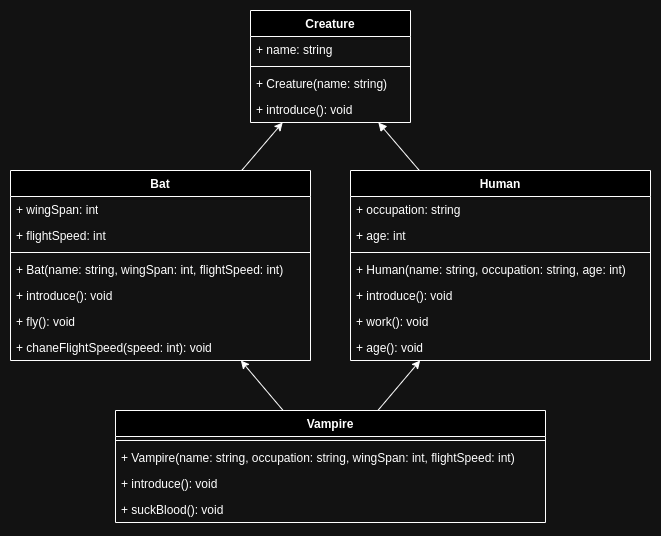
Earlier version of the draw.io export assets/vampire2.png (Kajkitsu/po). Source tidied: cells renumbered, new cells last; positions are measured from the earlier drawing's top-left corner, leaving out a move shared by most shapes. Source of this version:
```xml
<mxGraphModel>
  <root>
    <mxCell id="0" />
    <mxCell id="1" parent="0" />
    <mxCell id="2" value="Creature" style="swimlane;fontStyle=1;align=center;verticalAlign=top;horizontal=1;startSize=26;whiteSpace=wrap;html=1;" parent="1" vertex="1">
      <mxGeometry x="240" width="160" height="112" as="geometry" />
    </mxCell>
    <mxCell id="3" value="+ name: string" style="text;strokeColor=none;fillColor=none;align=left;verticalAlign=top;spacingLeft=4;spacingRight=4;overflow=hidden;whiteSpace=wrap;html=1;" parent="2" vertex="1">
      <mxGeometry y="26" width="160" height="26" as="geometry" />
    </mxCell>
    <mxCell id="4" style="line;strokeWidth=1;fillColor=none;align=left;verticalAlign=middle;spacingTop=-1;spacingLeft=3;spacingRight=3;labelPosition=right;strokeColor=inherit;" parent="2" vertex="1">
      <mxGeometry y="52" width="160" height="8" as="geometry" />
    </mxCell>
    <mxCell id="5" value="+ Creature(name: string)" style="text;strokeColor=none;fillColor=none;align=left;verticalAlign=top;spacingLeft=4;spacingRight=4;overflow=hidden;whiteSpace=wrap;html=1;" parent="2" vertex="1">
      <mxGeometry y="60" width="160" height="26" as="geometry" />
    </mxCell>
    <mxCell id="6" value="+ introduce(): void" style="text;strokeColor=none;fillColor=none;align=left;verticalAlign=top;spacingLeft=4;spacingRight=4;overflow=hidden;whiteSpace=wrap;html=1;" parent="2" vertex="1">
      <mxGeometry y="86" width="160" height="26" as="geometry" />
    </mxCell>
    <mxCell id="7" style="rounded=0;jettySize=auto;html=1;endArrow=block;endFill=1;" parent="1" edge="1" source="8" target="2">
      <mxGeometry relative="1" as="geometry" />
    </mxCell>
    <mxCell id="8" value="Human" style="swimlane;fontStyle=1;align=center;verticalAlign=top;horizontal=1;startSize=26;whiteSpace=wrap;html=1;" parent="1" vertex="1">
      <mxGeometry x="340" y="160" width="300" height="190" as="geometry" />
    </mxCell>
    <mxCell id="9" value="+ occupation: string" style="text;strokeColor=none;fillColor=none;align=left;verticalAlign=top;spacingLeft=4;spacingRight=4;overflow=hidden;whiteSpace=wrap;html=1;" parent="8" vertex="1">
      <mxGeometry y="26" width="300" height="26" as="geometry" />
    </mxCell>
    <mxCell id="10" value="+ age: int" style="text;strokeColor=none;fillColor=none;align=left;verticalAlign=top;spacingLeft=4;spacingRight=4;overflow=hidden;whiteSpace=wrap;html=1;" parent="8" vertex="1">
      <mxGeometry y="52" width="300" height="26" as="geometry" />
    </mxCell>
    <mxCell id="11" style="line;strokeWidth=1;fillColor=none;align=left;verticalAlign=middle;spacingTop=-1;spacingLeft=3;spacingRight=3;labelPosition=right;strokeColor=inherit;" parent="8" vertex="1">
      <mxGeometry y="78" width="300" height="8" as="geometry" />
    </mxCell>
    <mxCell id="12" value="+ Human(name: string, occupation: string, age: int)" style="text;strokeColor=none;fillColor=none;align=left;verticalAlign=top;spacingLeft=4;spacingRight=4;overflow=hidden;whiteSpace=wrap;html=1;" parent="8" vertex="1">
      <mxGeometry y="86" width="300" height="26" as="geometry" />
    </mxCell>
    <mxCell id="13" value="+ introduce(): void" style="text;strokeColor=none;fillColor=none;align=left;verticalAlign=top;spacingLeft=4;spacingRight=4;overflow=hidden;whiteSpace=wrap;html=1;" parent="8" vertex="1">
      <mxGeometry y="112" width="300" height="26" as="geometry" />
    </mxCell>
    <mxCell id="14" value="+ work(): void" style="text;strokeColor=none;fillColor=none;align=left;verticalAlign=top;spacingLeft=4;spacingRight=4;overflow=hidden;whiteSpace=wrap;html=1;" parent="8" vertex="1">
      <mxGeometry y="138" width="300" height="26" as="geometry" />
    </mxCell>
    <mxCell id="15" value="+ age(): void" style="text;strokeColor=none;fillColor=none;align=left;verticalAlign=top;spacingLeft=4;spacingRight=4;overflow=hidden;whiteSpace=wrap;html=1;" parent="8" vertex="1">
      <mxGeometry y="164" width="300" height="26" as="geometry" />
    </mxCell>
    <mxCell id="16" style="rounded=0;jettySize=auto;html=1;" parent="1" edge="1" source="17" target="2">
      <mxGeometry relative="1" as="geometry" />
    </mxCell>
    <mxCell id="17" value="Bat" style="swimlane;fontStyle=1;align=center;verticalAlign=top;horizontal=1;startSize=26;whiteSpace=wrap;html=1;" parent="1" vertex="1">
      <mxGeometry y="160" width="300" height="190" as="geometry" />
    </mxCell>
    <mxCell id="18" value="+ wingSpan: int" style="text;strokeColor=none;fillColor=none;align=left;verticalAlign=top;spacingLeft=4;spacingRight=4;overflow=hidden;whiteSpace=wrap;html=1;" parent="17" vertex="1">
      <mxGeometry y="26" width="300" height="26" as="geometry" />
    </mxCell>
    <mxCell id="19" value="+ flightSpeed: int" style="text;strokeColor=none;fillColor=none;align=left;verticalAlign=top;spacingLeft=4;spacingRight=4;overflow=hidden;whiteSpace=wrap;html=1;" parent="17" vertex="1">
      <mxGeometry y="52" width="300" height="26" as="geometry" />
    </mxCell>
    <mxCell id="20" style="line;strokeWidth=1;fillColor=none;align=left;verticalAlign=middle;spacingTop=-1;spacingLeft=3;spacingRight=3;labelPosition=right;strokeColor=inherit;" parent="17" vertex="1">
      <mxGeometry y="78" width="300" height="8" as="geometry" />
    </mxCell>
    <mxCell id="21" value="+ Bat(name: string, wingSpan: int, flightSpeed: int)" style="text;strokeColor=none;fillColor=none;align=left;verticalAlign=top;spacingLeft=4;spacingRight=4;overflow=hidden;whiteSpace=wrap;html=1;" parent="17" vertex="1">
      <mxGeometry y="86" width="300" height="26" as="geometry" />
    </mxCell>
    <mxCell id="22" value="+ introduce(): void" style="text;strokeColor=none;fillColor=none;align=left;verticalAlign=top;spacingLeft=4;spacingRight=4;overflow=hidden;whiteSpace=wrap;html=1;" parent="17" vertex="1">
      <mxGeometry y="112" width="300" height="26" as="geometry" />
    </mxCell>
    <mxCell id="23" value="+ fly(): void" style="text;strokeColor=none;fillColor=none;align=left;verticalAlign=top;spacingLeft=4;spacingRight=4;overflow=hidden;whiteSpace=wrap;html=1;" parent="17" vertex="1">
      <mxGeometry y="138" width="300" height="26" as="geometry" />
    </mxCell>
    <mxCell id="24" value="+ chaneFlightSpeed(speed: int): void" style="text;strokeColor=none;fillColor=none;align=left;verticalAlign=top;spacingLeft=4;spacingRight=4;overflow=hidden;whiteSpace=wrap;html=1;" parent="17" vertex="1">
      <mxGeometry y="164" width="300" height="26" as="geometry" />
    </mxCell>
    <mxCell id="25" style="rounded=0;jettySize=auto;html=1;" parent="1" edge="1" source="27" target="8">
      <mxGeometry relative="1" as="geometry" />
    </mxCell>
    <mxCell id="26" style="rounded=0;jettySize=auto;html=1;" parent="1" edge="1" source="27" target="17">
      <mxGeometry relative="1" as="geometry" />
    </mxCell>
    <mxCell id="27" value="Vampire" style="swimlane;fontStyle=1;align=center;verticalAlign=top;horizontal=1;startSize=26;whiteSpace=wrap;html=1;" parent="1" vertex="1">
      <mxGeometry x="105" y="400" width="430" height="112" as="geometry" />
    </mxCell>
    <mxCell id="28" style="line;strokeWidth=1;fillColor=none;align=left;verticalAlign=middle;spacingTop=-1;spacingLeft=3;spacingRight=3;labelPosition=right;strokeColor=inherit;" parent="27" vertex="1">
      <mxGeometry y="26" width="430" height="8" as="geometry" />
    </mxCell>
    <mxCell id="29" value="+&amp;nbsp;Vampire(name: string, occupation: string, wingSpan: int, flightSpeed: int)" style="text;strokeColor=none;fillColor=none;align=left;verticalAlign=top;spacingLeft=4;spacingRight=4;overflow=hidden;whiteSpace=wrap;html=1;" parent="27" vertex="1">
      <mxGeometry y="34" width="430" height="26" as="geometry" />
    </mxCell>
    <mxCell id="30" value="+ introduce(): void" style="text;strokeColor=none;fillColor=none;align=left;verticalAlign=top;spacingLeft=4;spacingRight=4;overflow=hidden;whiteSpace=wrap;html=1;" parent="27" vertex="1">
      <mxGeometry y="60" width="430" height="26" as="geometry" />
    </mxCell>
    <mxCell id="31" value="+ suckBlood(): void" style="text;strokeColor=none;fillColor=none;align=left;verticalAlign=top;spacingLeft=4;spacingRight=4;overflow=hidden;whiteSpace=wrap;html=1;" parent="27" vertex="1">
      <mxGeometry y="86" width="430" height="26" as="geometry" />
    </mxCell>
  </root>
</mxGraphModel>
```
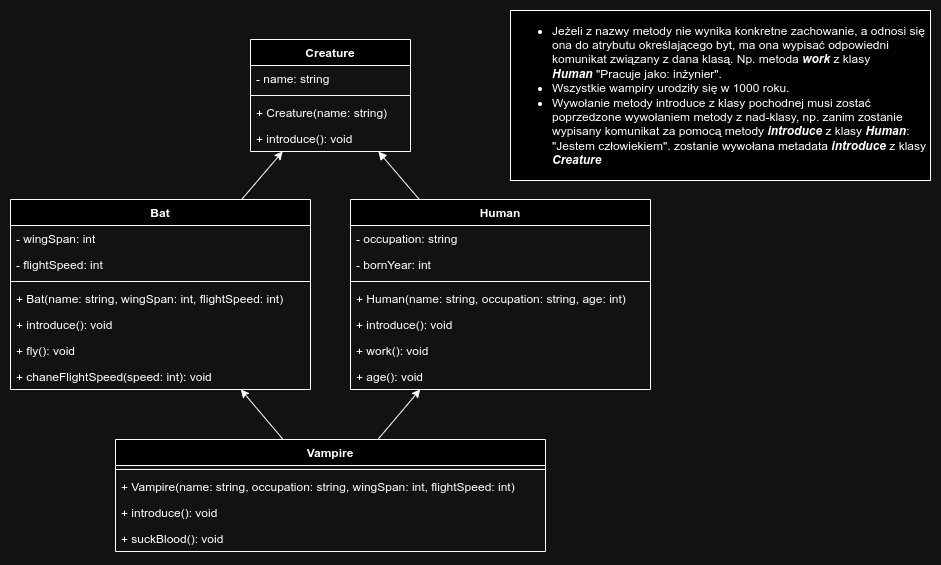
After the commit.

What changed in the source:
```diff
@@ -5,7 +5,7 @@
     <mxCell id="2" value="Creature" style="swimlane;fontStyle=1;align=center;verticalAlign=top;horizontal=1;startSize=26;whiteSpace=wrap;html=1;" parent="1" vertex="1">
       <mxGeometry x="240" width="160" height="112" as="geometry" />
     </mxCell>
-    <mxCell id="3" value="+ name: string" style="text;strokeColor=none;fillColor=none;align=left;verticalAlign=top;spacingLeft=4;spacingRight=4;overflow=hidden;whiteSpace=wrap;html=1;" parent="2" vertex="1">
+    <mxCell id="3" value="- name: string" style="text;strokeColor=none;fillColor=none;align=left;verticalAlign=top;spacingLeft=4;spacingRight=4;overflow=hidden;whiteSpace=wrap;html=1;" parent="2" vertex="1">
       <mxGeometry y="26" width="160" height="26" as="geometry" />
     </mxCell>
     <mxCell id="4" style="line;strokeWidth=1;fillColor=none;align=left;verticalAlign=middle;spacingTop=-1;spacingLeft=3;spacingRight=3;labelPosition=right;strokeColor=inherit;" parent="2" vertex="1">
@@ -23,10 +23,10 @@
     <mxCell id="8" value="Human" style="swimlane;fontStyle=1;align=center;verticalAlign=top;horizontal=1;startSize=26;whiteSpace=wrap;html=1;" parent="1" vertex="1">
       <mxGeometry x="340" y="160" width="300" height="190" as="geometry" />
     </mxCell>
-    <mxCell id="9" value="+ occupation: string" style="text;strokeColor=none;fillColor=none;align=left;verticalAlign=top;spacingLeft=4;spacingRight=4;overflow=hidden;whiteSpace=wrap;html=1;" parent="8" vertex="1">
+    <mxCell id="9" value="- occupation: string" style="text;strokeColor=none;fillColor=none;align=left;verticalAlign=top;spacingLeft=4;spacingRight=4;overflow=hidden;whiteSpace=wrap;html=1;" parent="8" vertex="1">
       <mxGeometry y="26" width="300" height="26" as="geometry" />
     </mxCell>
-    <mxCell id="10" value="+ age: int" style="text;strokeColor=none;fillColor=none;align=left;verticalAlign=top;spacingLeft=4;spacingRight=4;overflow=hidden;whiteSpace=wrap;html=1;" parent="8" vertex="1">
+    <mxCell id="10" value="- bornYear: int" style="text;strokeColor=none;fillColor=none;align=left;verticalAlign=top;spacingLeft=4;spacingRight=4;overflow=hidden;whiteSpace=wrap;html=1;" parent="8" vertex="1">
       <mxGeometry y="52" width="300" height="26" as="geometry" />
     </mxCell>
     <mxCell id="11" style="line;strokeWidth=1;fillColor=none;align=left;verticalAlign=middle;spacingTop=-1;spacingLeft=3;spacingRight=3;labelPosition=right;strokeColor=inherit;" parent="8" vertex="1">
@@ -50,10 +50,10 @@
     <mxCell id="17" value="Bat" style="swimlane;fontStyle=1;align=center;verticalAlign=top;horizontal=1;startSize=26;whiteSpace=wrap;html=1;" parent="1" vertex="1">
       <mxGeometry y="160" width="300" height="190" as="geometry" />
     </mxCell>
-    <mxCell id="18" value="+ wingSpan: int" style="text;strokeColor=none;fillColor=none;align=left;verticalAlign=top;spacingLeft=4;spacingRight=4;overflow=hidden;whiteSpace=wrap;html=1;" parent="17" vertex="1">
+    <mxCell id="18" value="- wingSpan: int" style="text;strokeColor=none;fillColor=none;align=left;verticalAlign=top;spacingLeft=4;spacingRight=4;overflow=hidden;whiteSpace=wrap;html=1;" parent="17" vertex="1">
       <mxGeometry y="26" width="300" height="26" as="geometry" />
     </mxCell>
-    <mxCell id="19" value="+ flightSpeed: int" style="text;strokeColor=none;fillColor=none;align=left;verticalAlign=top;spacingLeft=4;spacingRight=4;overflow=hidden;whiteSpace=wrap;html=1;" parent="17" vertex="1">
+    <mxCell id="19" value="- flightSpeed: int" style="text;strokeColor=none;fillColor=none;align=left;verticalAlign=top;spacingLeft=4;spacingRight=4;overflow=hidden;whiteSpace=wrap;html=1;" parent="17" vertex="1">
       <mxGeometry y="52" width="300" height="26" as="geometry" />
     </mxCell>
     <mxCell id="20" style="line;strokeWidth=1;fillColor=none;align=left;verticalAlign=middle;spacingTop=-1;spacingLeft=3;spacingRight=3;labelPosition=right;strokeColor=inherit;" parent="17" vertex="1">
@@ -92,5 +92,8 @@
     <mxCell id="31" value="+ suckBlood(): void" style="text;strokeColor=none;fillColor=none;align=left;verticalAlign=top;spacingLeft=4;spacingRight=4;overflow=hidden;whiteSpace=wrap;html=1;" parent="27" vertex="1">
       <mxGeometry y="86" width="430" height="26" as="geometry" />
     </mxCell>
+    <mxCell id="32" value="&lt;ul&gt;&lt;li&gt;Jeżeli z nazwy metody nie wynika konkretne zachowanie, a odnosi się ona do atrybutu określającego byt, ma ona wypisać odpowiedni komunikat związany z dana klasą. Np. metoda &lt;i style=&quot;font-weight: bold;&quot;&gt;work &lt;/i&gt;z klasy&lt;i style=&quot;font-weight: bold;&quot;&gt; Human&lt;/i&gt;&amp;nbsp;&quot;Pracuje jako: inżynier&quot;.&amp;nbsp;&lt;/li&gt;&lt;li&gt;Wszystkie wampiry urodziły się w 1000 roku.&lt;/li&gt;&lt;li&gt;Wywołanie metody introduce z klasy pochodnej musi zostać poprzedzone wywołaniem metody z nad-klasy, np. zanim zostanie wypisany komunikat za pomocą metody &lt;i&gt;&lt;b&gt;introduce&lt;/b&gt;&lt;/i&gt; z klasy &lt;i&gt;&lt;b&gt;Human&lt;/b&gt;&lt;/i&gt;: &quot;Jestem człowiekiem&quot;. zostanie wywołana metadata &lt;b&gt;&lt;i&gt;introduce&lt;/i&gt;&lt;/b&gt; z klasy &lt;b&gt;&lt;i&gt;Creature&lt;/i&gt;&lt;/b&gt;&lt;/li&gt;&lt;/ul&gt;" style="rounded=0;whiteSpace=wrap;html=1;align=left;" parent="1" vertex="1">
+      <mxGeometry x="500" y="-29" width="420" height="170" as="geometry" />
+    </mxCell>
   </root>
 </mxGraphModel>
```
